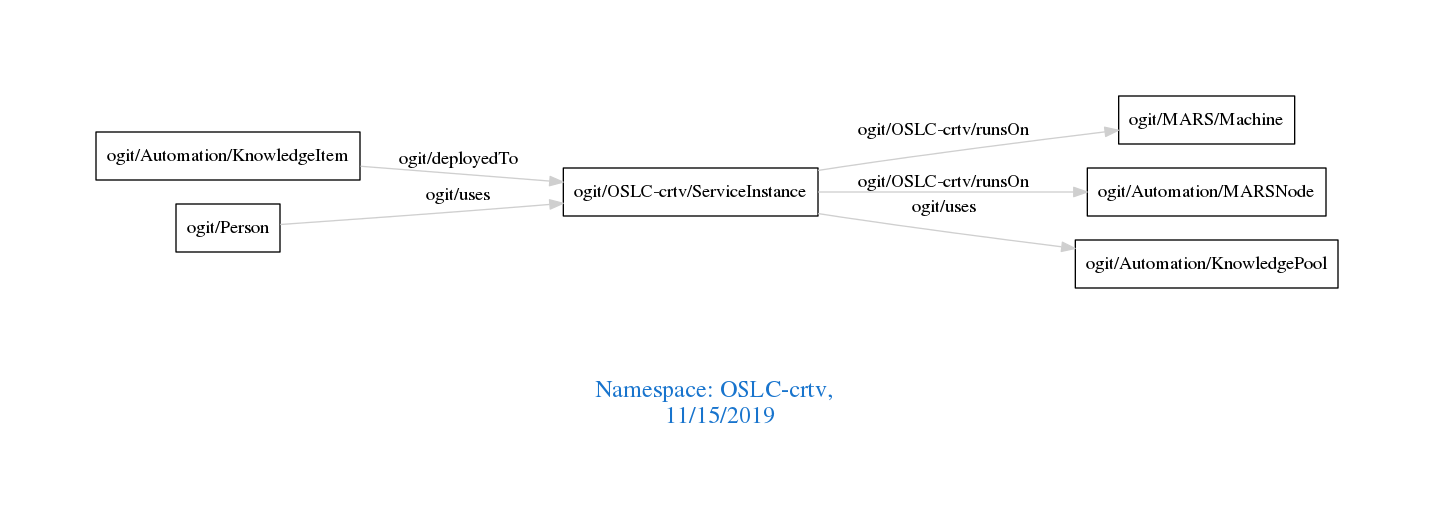
This is downloads/OSLC-crtv.png from arago/OGIT, a Graphviz export, as it was before one commit. Its source is kept beside it as downloads/OSLC-crtv.dot.
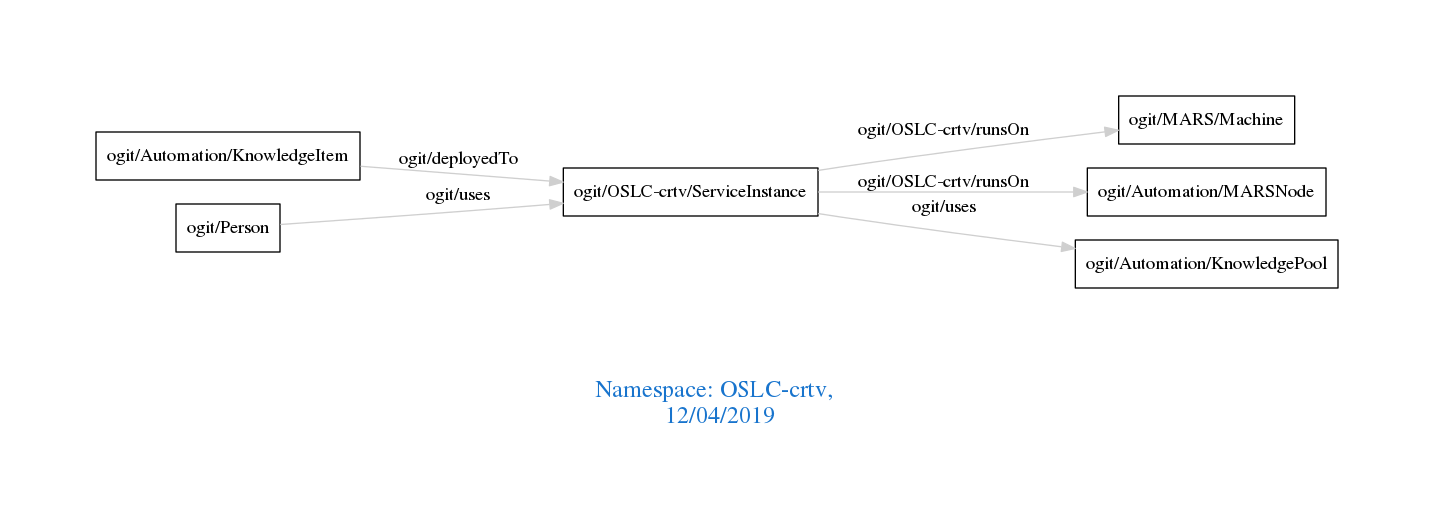
The same diagram one commit later.

Change to the diagram source:
```diff
@@ -1,7 +1,7 @@
 digraph OGIT_ontology {
  graph [ rankdir= LR,pad=1
 fontsize = 18,
-fontcolor= dodgerblue3,label = "\n\n\nNamespace: OSLC-crtv, \n 11/15/2019"];
+fontcolor= dodgerblue3,label = "\n\n\nNamespace: OSLC-crtv, \n 12/04/2019"];
 node[shape=polygon];
 edge [  color="gray81"];
 
```
